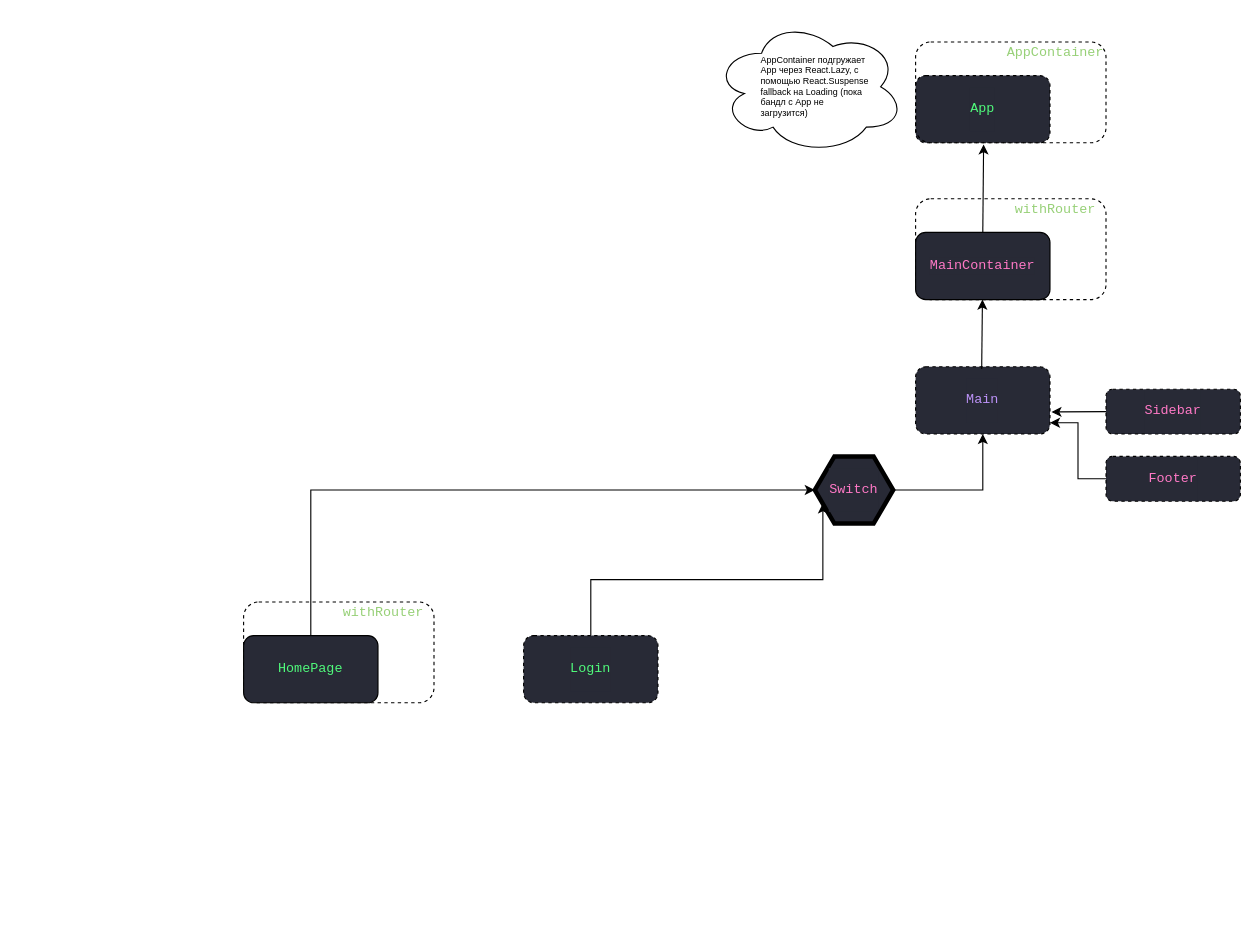
This is diagrams/verity.drawio from TimSeryakov/draw.io-diagrams, a draw.io file, before an edit. Source tidied: cells renumbered, new cells numbered last; positions are measured from the earlier drawing's top-left corner, leaving out a move shared by most shapes. Both pictures are drawn from the tidied source at 112%, with x=0, y=0 at pixel (243, 19).
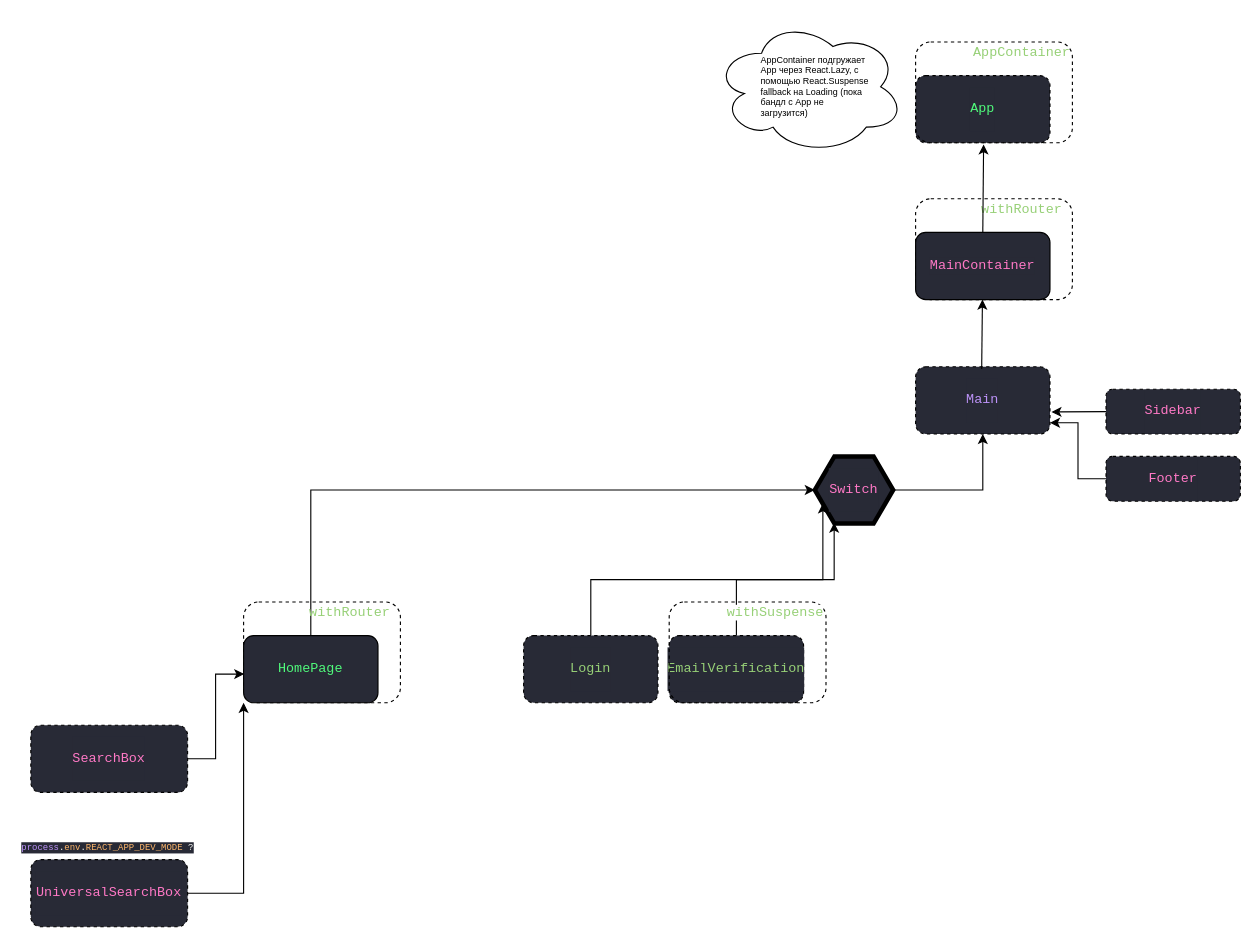
After the change.

The change refers to these unchanged cells:
```xml
<mxCell id="12" value="&lt;pre style=&quot;color: rgb(248 , 248 , 242) ; font-family: &amp;#34;jetbrains mono&amp;#34; , monospace&quot;&gt;&lt;span style=&quot;color: #ff79c6&quot;&gt;Switch&lt;/span&gt;&lt;/pre&gt;" style="shape=hexagon;html=1;whiteSpace=wrap;perimeter=hexagonPerimeter;strokeWidth=4;rounded=0;labelBackgroundColor=#282A36;fillColor=#282A36;fontColor=#97D077;" parent="1" vertex="1">
  <mxGeometry x="510" y="390" width="70" height="60" as="geometry" />
</mxCell>
```

What changed in the source:
```diff
@@
     <mxCell id="2" style="rounded=1;whiteSpace=wrap;html=1;fillColor=none;dashed=1;" parent="1" vertex="1">
-      <mxGeometry x="600" y="160" width="170" height="90" as="geometry" />
+      <mxGeometry x="600" y="160" width="140" height="90" as="geometry" />
     </mxCell>
@@
     <mxCell id="4" value="&lt;pre style=&quot;font-family: &amp;quot;jetbrains mono&amp;quot;, monospace;&quot;&gt;&lt;span style=&quot;&quot;&gt;withRouter&lt;/span&gt;&lt;/pre&gt;" style="text;html=1;align=center;verticalAlign=middle;whiteSpace=wrap;rounded=0;dashed=1;padding:10px;labelBackgroundColor=none;fontColor=#97D077;" parent="1" vertex="1">
-      <mxGeometry x="690" y="160" width="70" height="20" as="geometry" />
+      <mxGeometry x="660" y="160" width="70" height="20" as="geometry" />
     </mxCell>
@@
     <mxCell id="13" style="rounded=1;whiteSpace=wrap;html=1;fillColor=none;dashed=1;" parent="1" vertex="1">
-      <mxGeometry x="600" y="20" width="170" height="90" as="geometry" />
+      <mxGeometry x="600" y="20" width="140" height="90" as="geometry" />
     </mxCell>
     <mxCell id="14" value="&lt;pre style=&quot;font-family: &amp;#34;jetbrains mono&amp;#34; , monospace&quot;&gt;&lt;span&gt;AppContainer&lt;/span&gt;&lt;/pre&gt;" style="text;html=1;align=center;verticalAlign=middle;whiteSpace=wrap;rounded=0;dashed=1;padding:10px;labelBackgroundColor=none;fontColor=#97D077;" parent="1" vertex="1">
-      <mxGeometry x="690" y="20" width="70" height="20" as="geometry" />
+      <mxGeometry x="660" y="20" width="70" height="20" as="geometry" />
     </mxCell>
@@
-    <mxCell id="22" value="&lt;pre style=&quot;color: rgb(248 , 248 , 242) ; font-family: &amp;#34;jetbrains mono&amp;#34; , monospace&quot;&gt;&lt;pre style=&quot;font-family: &amp;#34;jetbrains mono&amp;#34; , monospace&quot;&gt;&lt;span style=&quot;color: #50fa7b&quot;&gt;Login&lt;/span&gt;&lt;/pre&gt;&lt;/pre&gt;" style="rounded=1;whiteSpace=wrap;html=1;dashed=1;labelBackgroundColor=#282A36;fillColor=#282A36;fontColor=#97D077;" parent="1" vertex="1">
+    <mxCell id="22" value="&lt;pre style=&quot;font-family: &amp;#34;jetbrains mono&amp;#34; , monospace&quot;&gt;&lt;pre style=&quot;font-family: &amp;#34;jetbrains mono&amp;#34; , monospace&quot;&gt;Login&lt;/pre&gt;&lt;/pre&gt;" style="rounded=1;whiteSpace=wrap;html=1;dashed=1;labelBackgroundColor=#282A36;fillColor=#282A36;fontColor=#97D077;" parent="1" vertex="1">
       <mxGeometry x="250" y="550" width="120" height="60" as="geometry" />
     </mxCell>
-    <mxCell id="23" style="group;" parent="1" vertex="1">
-      <mxGeometry y="520" width="170" height="90" as="geometry" />
-    </mxCell>
-    <mxCell id="24" style="group;" parent="23" vertex="1">
-      <mxGeometry width="170" height="90" as="geometry" />
-    </mxCell>
+    <mxCell id="28" style="edgeStyle=orthogonalEdgeStyle;rounded=0;jettySize=auto;html=1;exitX=1;exitY=0.5;exitDx=0;exitDy=0;entryX=0.005;entryY=0.573;entryDx=0;entryDy=0;entryPerimeter=0;fontSize=8;fontColor=#000000;" parent="1" edge="1" source="29" target="26">
+      <mxGeometry relative="1" as="geometry" />
+    </mxCell>
+    <mxCell id="29" value="&lt;pre style=&quot;color: rgb(248 , 248 , 242) ; font-family: &amp;#34;jetbrains mono&amp;#34; , monospace&quot;&gt;&lt;pre style=&quot;font-family: &amp;#34;jetbrains mono&amp;#34; , monospace&quot;&gt;&lt;pre style=&quot;font-family: &amp;#34;jetbrains mono&amp;#34; , monospace&quot;&gt;&lt;span style=&quot;color: #ff79c6&quot;&gt;SearchBox&lt;/span&gt;&lt;/pre&gt;&lt;/pre&gt;&lt;/pre&gt;" style="rounded=1;whiteSpace=wrap;html=1;dashed=1;labelBackgroundColor=#282A36;fillColor=#282A36;fontColor=#97D077;" parent="1" vertex="1">
+      <mxGeometry x="-190" y="630" width="140" height="60" as="geometry" />
+    </mxCell>
+    <mxCell id="30" style="edgeStyle=orthogonalEdgeStyle;rounded=0;jettySize=auto;html=1;exitX=1;exitY=0.5;exitDx=0;exitDy=0;entryX=0;entryY=1;entryDx=0;entryDy=0;fontSize=8;fontColor=#000000;" parent="1" edge="1" source="31" target="26">
+      <mxGeometry relative="1" as="geometry" />
+    </mxCell>
+    <mxCell id="31" value="&lt;pre style=&quot;color: rgb(248 , 248 , 242) ; font-family: &amp;#34;jetbrains mono&amp;#34; , monospace&quot;&gt;&lt;pre style=&quot;font-family: &amp;#34;jetbrains mono&amp;#34; , monospace&quot;&gt;&lt;pre style=&quot;font-family: &amp;#34;jetbrains mono&amp;#34; , monospace&quot;&gt;&lt;pre style=&quot;font-family: &amp;#34;jetbrains mono&amp;#34; , monospace&quot;&gt;&lt;span style=&quot;color: #ff79c6&quot;&gt;UniversalSearchBox&lt;/span&gt;&lt;/pre&gt;&lt;/pre&gt;&lt;/pre&gt;&lt;/pre&gt;" style="rounded=1;whiteSpace=wrap;html=1;dashed=1;labelBackgroundColor=#282A36;fillColor=#282A36;fontColor=#97D077;" parent="1" vertex="1">
+      <mxGeometry x="-190" y="750" width="140" height="60" as="geometry" />
+    </mxCell>
+    <mxCell id="32" value="&lt;pre style=&quot;background-color: #282a36 ; color: #f8f8f2 ; font-family: &amp;quot;jetbrains mono&amp;quot; , monospace ; font-size: 12 0pt&quot;&gt;&lt;span style=&quot;color: #bd93f9&quot;&gt;process&lt;/span&gt;.&lt;span style=&quot;color: #ffb86c&quot;&gt;env&lt;/span&gt;.&lt;span style=&quot;color: #ffb86c&quot;&gt;REACT_APP_DEV_MODE &lt;/span&gt;?&lt;/pre&gt;" style="text;whiteSpace=wrap;html=1;fontSize=8;fontColor=#000000;" parent="1" vertex="1">
+      <mxGeometry x="-200" y="720" width="140" height="30" as="geometry" />
+    </mxCell>
+    <mxCell id="33" style="edgeStyle=orthogonalEdgeStyle;rounded=0;jettySize=auto;html=1;exitX=0.5;exitY=0;exitDx=0;exitDy=0;entryX=0.247;entryY=0.986;entryDx=0;entryDy=0;entryPerimeter=0;fontSize=8;fontColor=#000000;" parent="1" edge="1" source="34" target="12">
+      <mxGeometry relative="1" as="geometry" />
+    </mxCell>
+    <mxCell id="34" value="&lt;pre style=&quot;font-family: &amp;#34;jetbrains mono&amp;#34; , monospace&quot;&gt;&lt;pre style=&quot;font-family: &amp;#34;jetbrains mono&amp;#34; , monospace&quot;&gt;&lt;pre style=&quot;font-family: &amp;#34;jetbrains mono&amp;#34; , monospace&quot;&gt;EmailVerification&lt;/pre&gt;&lt;/pre&gt;&lt;/pre&gt;" style="rounded=1;whiteSpace=wrap;html=1;dashed=1;labelBackgroundColor=#282A36;fillColor=#282A36;fontColor=#97D077;" parent="1" vertex="1">
+      <mxGeometry x="380" y="550" width="120" height="60" as="geometry" />
+    </mxCell>
+    <mxCell id="35" style="rounded=1;whiteSpace=wrap;html=1;fillColor=none;dashed=1;" parent="1" vertex="1">
+      <mxGeometry x="380" y="520" width="140" height="90" as="geometry" />
+    </mxCell>
+    <mxCell id="36" value="&lt;pre style=&quot;font-family: &amp;#34;jetbrains mono&amp;#34; , monospace&quot;&gt;&lt;pre style=&quot;font-family: &amp;#34;jetbrains mono&amp;#34; , monospace&quot;&gt;&lt;span style=&quot;background-color: rgb(255 , 255 , 255)&quot;&gt;withSuspense&lt;/span&gt;&lt;/pre&gt;&lt;/pre&gt;" style="text;html=1;align=center;verticalAlign=middle;whiteSpace=wrap;rounded=0;dashed=1;padding:10px;labelBackgroundColor=none;fontColor=#97D077;" parent="1" vertex="1">
+      <mxGeometry x="440" y="520" width="70" height="20" as="geometry" />
+    </mxCell>
+    <mxCell id="37" style="group;" parent="1" vertex="1">
+      <mxGeometry y="520" width="140" height="90" as="geometry" />
+    </mxCell>
-    <mxCell id="25" style="rounded=1;whiteSpace=wrap;html=1;fillColor=none;dashed=1;" parent="24" vertex="1">
-      <mxGeometry width="170" height="90" as="geometry" />
+    <mxCell id="25" style="rounded=1;whiteSpace=wrap;html=1;fillColor=none;dashed=1;" parent="37" vertex="1">
+      <mxGeometry width="140" height="90" as="geometry" />
     </mxCell>
+    <mxCell id="27" value="&lt;pre style=&quot;font-family: &amp;quot;jetbrains mono&amp;quot;, monospace;&quot;&gt;&lt;span style=&quot;&quot;&gt;withRouter&lt;/span&gt;&lt;/pre&gt;" style="text;html=1;align=center;verticalAlign=middle;whiteSpace=wrap;rounded=0;dashed=1;padding:10px;labelBackgroundColor=none;fontColor=#97D077;" parent="37" vertex="1">
+      <mxGeometry x="60" width="70" height="20" as="geometry" />
+    </mxCell>
-    <mxCell id="26" value="&lt;pre style=&quot;background-color: #282a36 ; color: #f8f8f2 ; font-family: &amp;#34;jetbrains mono&amp;#34; , monospace ; font-size: 12 0pt&quot;&gt;&lt;pre style=&quot;font-family: &amp;#34;jetbrains mono&amp;#34; , monospace&quot;&gt;&lt;span style=&quot;color: #50fa7b&quot;&gt;HomePage&lt;/span&gt;&lt;/pre&gt;&lt;/pre&gt;" style="rounded=1;whiteSpace=wrap;html=1;fillColor=#282A36;" parent="24" vertex="1">
+    <mxCell id="26" value="&lt;pre style=&quot;background-color: #282a36 ; color: #f8f8f2 ; font-family: &amp;#34;jetbrains mono&amp;#34; , monospace ; font-size: 12 0pt&quot;&gt;&lt;pre style=&quot;font-family: &amp;#34;jetbrains mono&amp;#34; , monospace&quot;&gt;&lt;span style=&quot;color: #50fa7b&quot;&gt;HomePage&lt;/span&gt;&lt;/pre&gt;&lt;/pre&gt;" style="rounded=1;whiteSpace=wrap;html=1;fillColor=#282A36;" parent="37" vertex="1">
       <mxGeometry y="30" width="120" height="60" as="geometry" />
     </mxCell>
-    <mxCell id="27" value="&lt;pre style=&quot;font-family: &amp;quot;jetbrains mono&amp;quot;, monospace;&quot;&gt;&lt;span style=&quot;&quot;&gt;withRouter&lt;/span&gt;&lt;/pre&gt;" style="text;html=1;align=center;verticalAlign=middle;whiteSpace=wrap;rounded=0;dashed=1;padding:10px;labelBackgroundColor=none;fontColor=#97D077;" parent="23" vertex="1">
-      <mxGeometry x="90" width="70" height="20" as="geometry" />
-    </mxCell>
```
